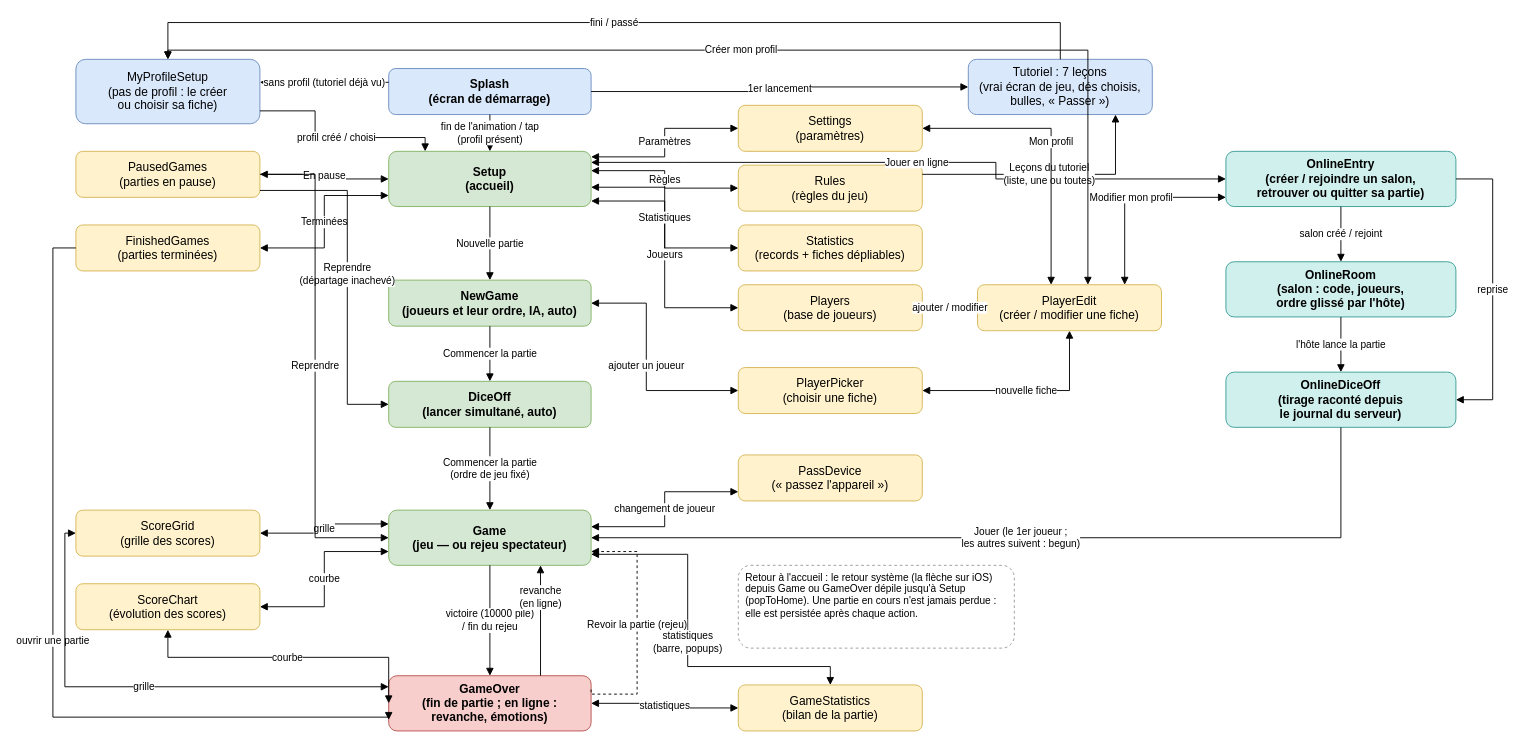
The draw.io diagram docs/screen-flow.drawio in microscotch/tenk, before the edit. Source tidied: cells renumbered, new cells numbered last; positions are measured from the earlier drawing's top-left corner, leaving out a move shared by most shapes. Both pictures are drawn from the tidied source at 92%, with x=0, y=0 at pixel (52, 22).
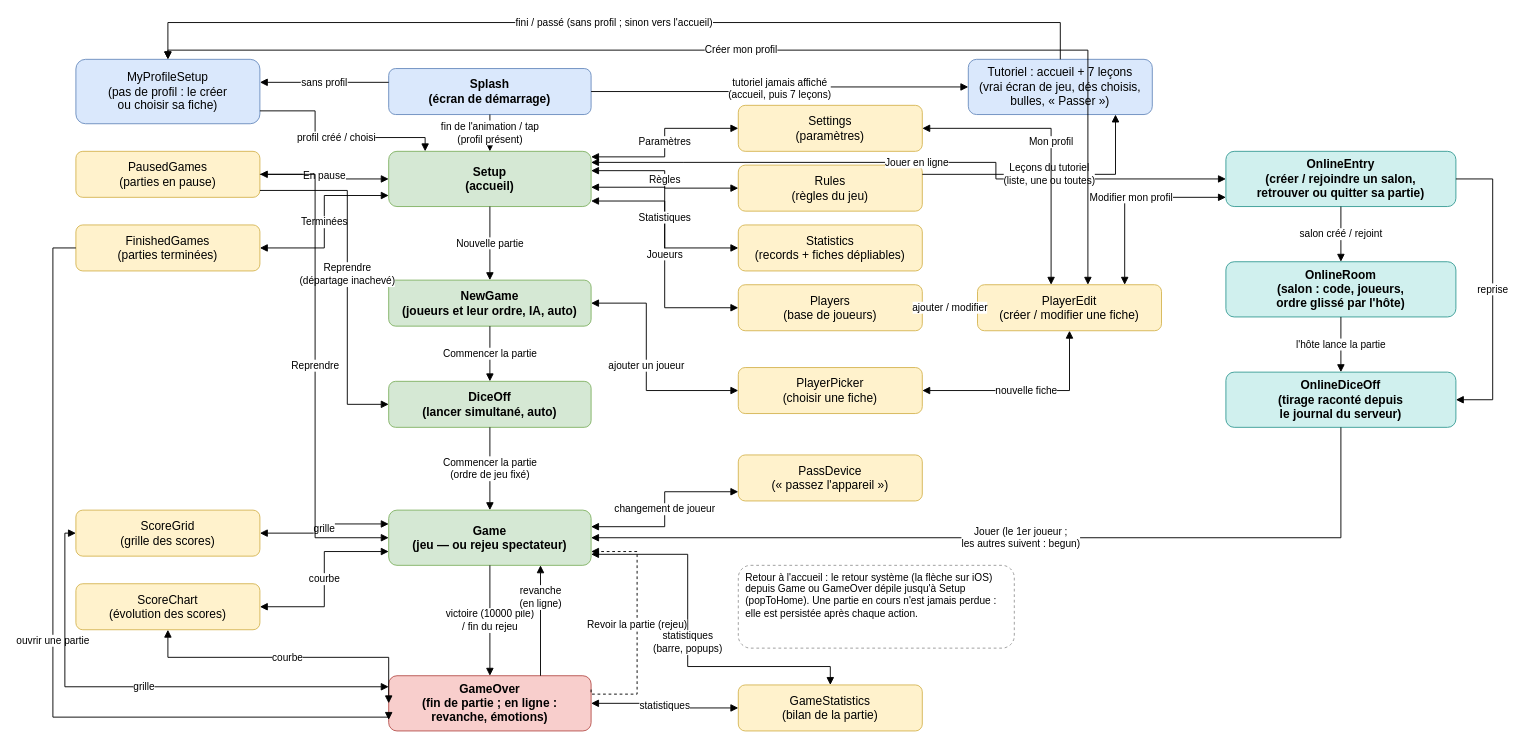
After the change.

The change refers to these unchanged cells:
```xml
<mxCell id="2" value="Splash&#10;(écran de démarrage)" style="rounded=1;whiteSpace=wrap;html=1;fillColor=#dae8fc;strokeColor=#6c8ebf;fontSize=13;fontStyle=1;" parent="1" vertex="1">
  <mxGeometry x="365" y="50" width="220" height="50" as="geometry" />
</mxCell>
<mxCell id="54" value="MyProfileSetup&#10;(pas de profil : le créer&#10;ou choisir sa fiche)" style="rounded=1;whiteSpace=wrap;html=1;fillColor=#dae8fc;strokeColor=#6c8ebf;fontSize=13;" parent="1" vertex="1">
  <mxGeometry x="25" y="40" width="200" height="70" as="geometry" />
</mxCell>
```

Change to the diagram source:
```diff
@@
-    <mxCell id="55" value="Tutoriel : 7 leçons&#10;(vrai écran de jeu, dés choisis,&#10;bulles, « Passer »)" style="rounded=1;whiteSpace=wrap;html=1;fillColor=#dae8fc;strokeColor=#6c8ebf;fontSize=13;" parent="1" vertex="1">
+    <mxCell id="55" value="Tutoriel : accueil + 7 leçons&#10;(vrai écran de jeu, dés choisis,&#10;bulles, « Passer »)" style="rounded=1;whiteSpace=wrap;html=1;fillColor=#dae8fc;strokeColor=#6c8ebf;fontSize=13;" parent="1" vertex="1">
       <mxGeometry x="995" y="40" width="200" height="60" as="geometry" />
     </mxCell>
-    <mxCell id="56" value="1er lancement" style="edgeStyle=orthogonalEdgeStyle;rounded=0;html=1;fontSize=11;endArrow=block;endFill=1;labelBackgroundColor=#ffffff;exitX=1;exitY=0.5;entryX=0;entryY=0.5;" parent="1" edge="1" source="2" target="55">
+    <mxCell id="56" value="tutoriel jamais affiché&#10;(accueil, puis 7 leçons)" style="edgeStyle=orthogonalEdgeStyle;rounded=0;html=1;fontSize=11;endArrow=block;endFill=1;labelBackgroundColor=#ffffff;exitX=1;exitY=0.5;entryX=0;entryY=0.5;" parent="1" edge="1" source="2" target="55">
       <mxGeometry relative="1" as="geometry" />
     </mxCell>
-    <mxCell id="57" value="fini / passé" style="edgeStyle=orthogonalEdgeStyle;rounded=0;html=1;fontSize=11;endArrow=block;endFill=1;labelBackgroundColor=#ffffff;exitX=0.5;exitY=0;entryX=0.5;entryY=0;" parent="1" edge="1" source="55" target="54">
+    <mxCell id="57" value="fini / passé (sans profil ; sinon vers l'accueil)" style="edgeStyle=orthogonalEdgeStyle;rounded=0;html=1;fontSize=11;endArrow=block;endFill=1;labelBackgroundColor=#ffffff;exitX=0.5;exitY=0;entryX=0.5;entryY=0;" parent="1" edge="1" source="55" target="54">
       <mxGeometry relative="1" as="geometry">
         <Array as="points">
           <mxPoint x="1095" />
           <mxPoint x="125" />
         </Array>
       </mxGeometry>
     </mxCell>
@@
-    <mxCell id="60" value="sans profil (tutoriel déjà vu)" style="edgeStyle=orthogonalEdgeStyle;rounded=0;html=1;fontSize=11;endArrow=block;endFill=1;labelBackgroundColor=#ffffff;exitX=0;exitY=0.3;entryX=1;entryY=0.357;" parent="1" edge="1" source="2" target="54">
+    <mxCell id="60" value="sans profil" style="edgeStyle=orthogonalEdgeStyle;rounded=0;html=1;fontSize=11;endArrow=block;endFill=1;labelBackgroundColor=#ffffff;exitX=0;exitY=0.3;entryX=1;entryY=0.357;" parent="1" edge="1" source="2" target="54">
       <mxGeometry relative="1" as="geometry" />
     </mxCell>
```
